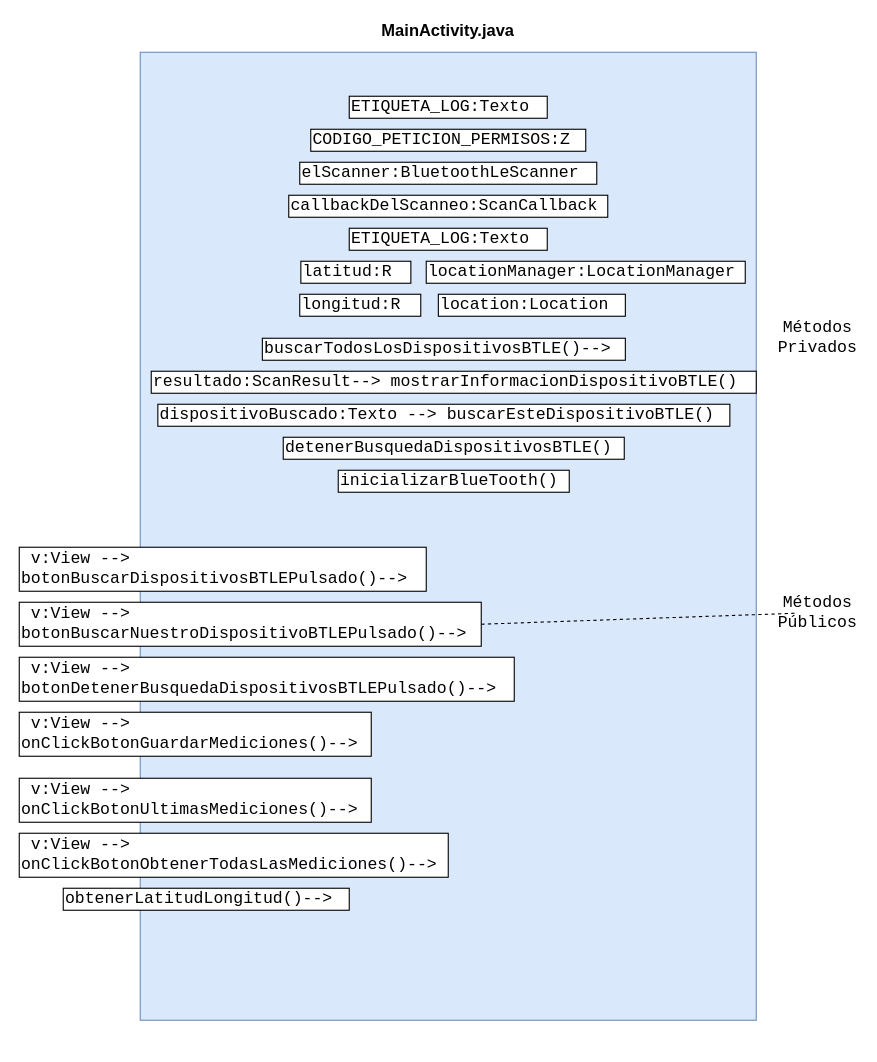
Before: doc/AppAndroidDisenyos/draw.io/metodosMainActivity.drawio in sergisirvent/AppJavaSprint0, a draw.io diagram. Source tidied: cells renumbered, new cells numbered last; positions are measured from the earlier drawing's top-left corner, leaving out a move shared by most shapes. Both pictures are drawn from the tidied source at 110%, with x=0, y=0 at pixel (19, 19).
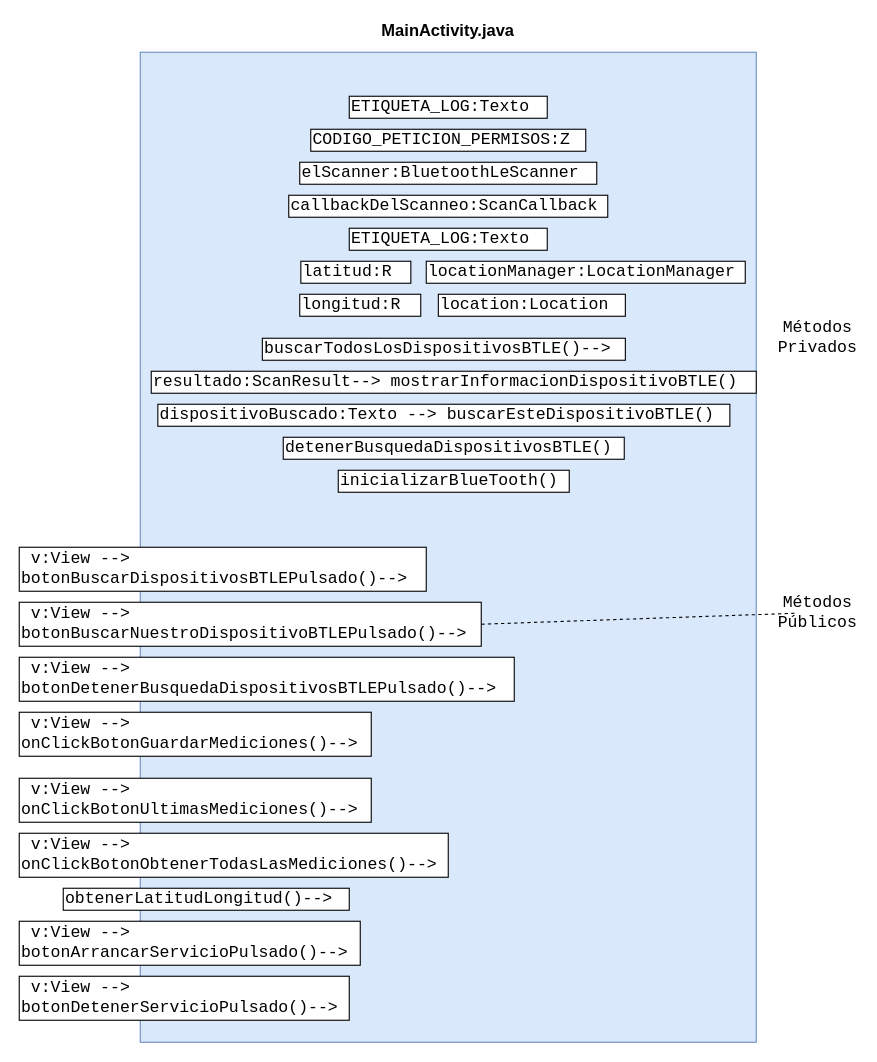
The same diagram, later.

The edit, as a diff of the source:
```diff
@@
     <mxCell id="2" style="rounded=0;whiteSpace=wrap;html=1;fillColor=#dae8fc;strokeColor=#6c8ebf;" parent="1" vertex="1">
-      <mxGeometry x="110" y="30" width="560" height="880" as="geometry" />
+      <mxGeometry x="110" y="30" width="560" height="900" as="geometry" />
     </mxCell>
@@
+    <mxCell id="28" value="&amp;nbsp;v:View --&amp;gt;&lt;br&gt;botonArrancarServicioPulsado()--&amp;gt;" style="rounded=0;whiteSpace=wrap;html=1;fontSize=15;align=left;fontFamily=Courier New;" parent="1" vertex="1">
+      <mxGeometry y="820" width="310" height="40" as="geometry" />
+    </mxCell>
+    <mxCell id="29" value="&amp;nbsp;v:View --&amp;gt;&lt;br&gt;botonDetenerServicioPulsado()--&amp;gt;" style="rounded=0;whiteSpace=wrap;html=1;fontSize=15;align=left;fontFamily=Courier New;" parent="1" vertex="1">
+      <mxGeometry y="870" width="300" height="40" as="geometry" />
+    </mxCell>
```
